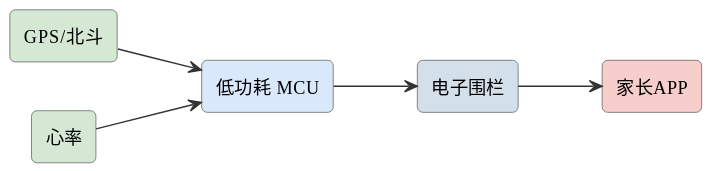
The PlantUML diagram assets/diagrams/ideas-fig80.svg in mingyi0818/IntelligentMcuCourse, before a commit.
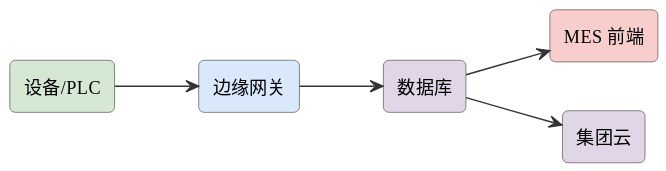
After the change.

Diff of the diagram source:
```diff
@@ -6,13 +6,13 @@
 skinparam arrowFontSize 11
 skinparam arrowColor #333
 left to right direction
-rectangle "GPS/北斗" as gps #d5e8d4
-rectangle "心率" as hr #d5e8d4
-rectangle "低功耗 MCU" as mcu #dae8fc
-rectangle "电子围栏" as fence #d3e0ea
-rectangle "家长APP" as app #f8cecc
-gps --> mcu
-hr --> mcu
-mcu --> fence
-fence --> app
+rectangle "设备/PLC" as plc #d5e8d4
+rectangle "边缘网关" as edge #dae8fc
+rectangle "数据库" as db #e1d5e8
+rectangle "MES 前端" as mes #f8cecc
+rectangle "集团云" as cloud #e1d5e8
+plc --> edge
+edge --> db
+db --> mes
+db --> cloud
 @enduml
```
